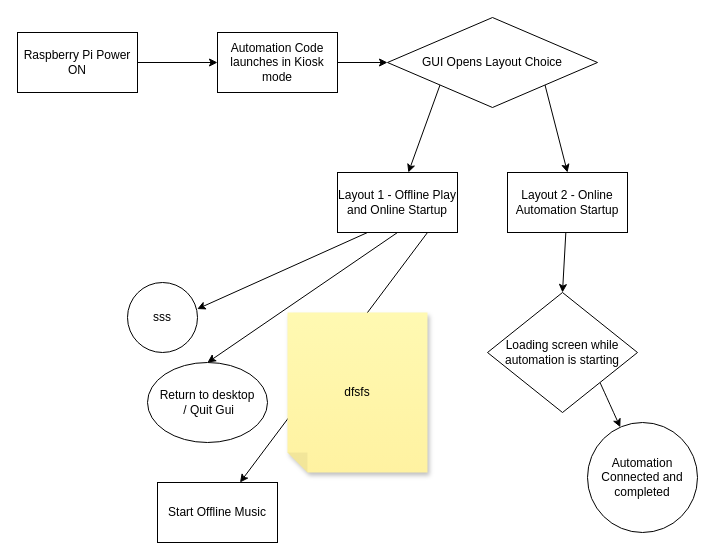
The draw.io diagram documents/uml.drawio in mitchellkolb/pi-music-player, before the edit. Source tidied: cells renumbered, new cells numbered last; positions are measured from the earlier drawing's top-left corner, leaving out a move shared by most shapes. Both pictures are drawn from the tidied source at 100%, with x=0, y=0 at pixel (17, 17).
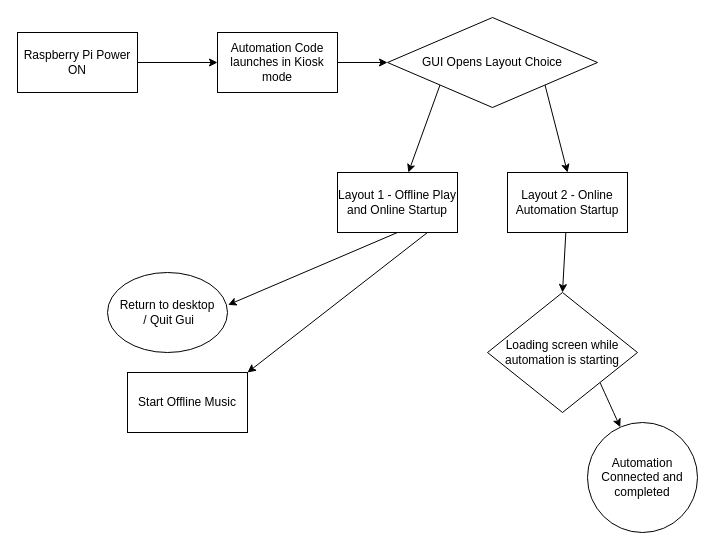
Above is the later version.

Commit message (it also covers changes not shown here):
Added SDD - Software Design Document

Unchanged cells that the change refers to:
```xml
<mxCell id="9" value="Layout 1 - Offline Play and Online Startup" style="whiteSpace=wrap;html=1;" parent="1" vertex="1">
  <mxGeometry x="320" y="155" width="120" height="60" as="geometry" />
</mxCell>
```

The edit, as a diff of the source:
```diff
@@
-    <mxCell id="8" style="edgeStyle=none;html=1;exitX=0.75;exitY=1;exitDx=0;exitDy=0;" parent="1" edge="1" source="9" target="14">
+    <mxCell id="8" style="edgeStyle=none;html=1;exitX=0.75;exitY=1;exitDx=0;exitDy=0;entryX=1;entryY=0;entryDx=0;entryDy=0;" parent="1" edge="1" source="9" target="14">
       <mxGeometry relative="1" as="geometry" />
     </mxCell>
@@
-    <mxCell id="12" style="edgeStyle=none;html=1;exitX=0.25;exitY=1;exitDx=0;exitDy=0;entryX=0.996;entryY=0.379;entryDx=0;entryDy=0;entryPerimeter=0;" parent="1" edge="1" source="9" target="17">
-      <mxGeometry relative="1" as="geometry" />
-    </mxCell>
-    <mxCell id="13" style="edgeStyle=none;html=1;exitX=0.5;exitY=1;exitDx=0;exitDy=0;entryX=0.5;entryY=0;entryDx=0;entryDy=0;" parent="1" edge="1" source="9" target="18">
+    <mxCell id="13" style="edgeStyle=none;html=1;exitX=0.5;exitY=1;exitDx=0;exitDy=0;entryX=1.005;entryY=0.405;entryDx=0;entryDy=0;entryPerimeter=0;" parent="1" edge="1" source="9" target="18">
       <mxGeometry relative="1" as="geometry" />
     </mxCell>
     <mxCell id="14" value="Start Offline Music" style="whiteSpace=wrap;html=1;" parent="1" vertex="1">
-      <mxGeometry x="140" y="465" width="120" height="60" as="geometry" />
+      <mxGeometry x="110" y="355" width="120" height="60" as="geometry" />
     </mxCell>
@@
-    <mxCell id="17" value="sss" style="ellipse;whiteSpace=wrap;html=1;rounded=0;" parent="1" vertex="1">
-      <mxGeometry x="110" y="265" width="70" height="70" as="geometry" />
-    </mxCell>
     <mxCell id="18" value="Return to desktop&lt;br&gt;&amp;nbsp;/ Quit Gui" style="ellipse;whiteSpace=wrap;html=1;rounded=0;" parent="1" vertex="1">
-      <mxGeometry x="130" y="345" width="120" height="80" as="geometry" />
+      <mxGeometry x="90" y="255" width="120" height="80" as="geometry" />
     </mxCell>
@@
-    <mxCell id="21" value="dfsfs" style="shape=note;whiteSpace=wrap;html=1;backgroundOutline=1;fontColor=#000000;darkOpacity=0.05;fillColor=#FFF9B2;strokeColor=none;fillStyle=solid;direction=west;gradientDirection=north;gradientColor=#FFF2A1;shadow=1;size=20;rounded=0;" parent="1" vertex="1">
-      <mxGeometry x="270" y="295" width="140" height="160" as="geometry" />
-    </mxCell>
```
